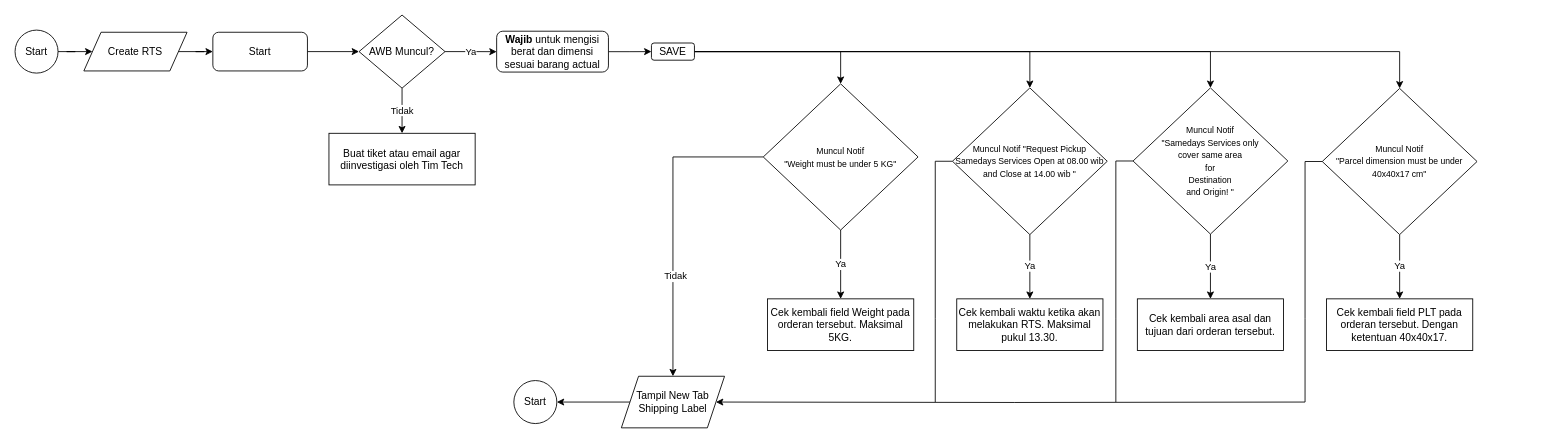
Above: reqPickupSDS.drawio in kucingtampan007/draw-io (draw.io), before the change. Source tidied: cells renumbered, new cells numbered last; positions are measured from the earlier drawing's top-left corner, leaving out a move shared by most shapes. Both pictures are drawn from the tidied source at 86%, with x=0, y=0 at pixel (15, 15).
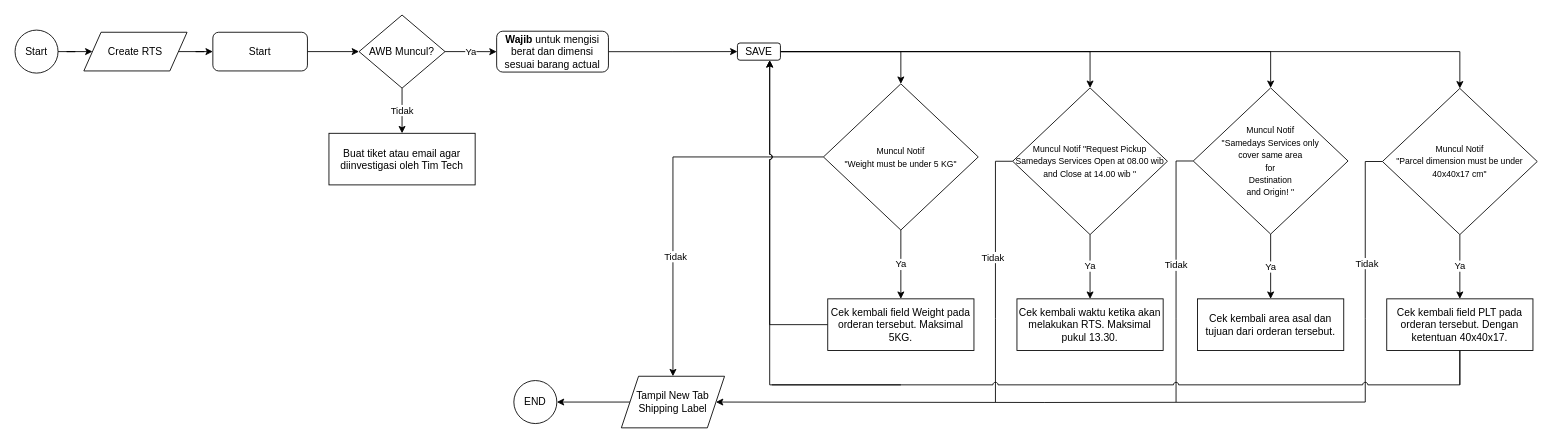
The same diagram, later.

The change refers to these unchanged cells:
```xml
<mxCell id="38" value="Tampil New Tab Shipping Label" style="shape=parallelogram;perimeter=parallelogramPerimeter;whiteSpace=wrap;html=1;fixedSize=1;" parent="1" vertex="1">
  <mxGeometry x="705" y="420" width="120" height="60" as="geometry" />
</mxCell>
```

The edit, as a diff of the source:
```diff
@@
     <mxCell id="17" value="SAVE" style="rounded=1;whiteSpace=wrap;html=1;" parent="1" vertex="1">
-      <mxGeometry x="740" y="32.5" width="50" height="20" as="geometry" />
+      <mxGeometry x="840" y="32.5" width="50" height="20" as="geometry" />
     </mxCell>
@@
     <mxCell id="21" value="&lt;div&gt;&lt;font style=&quot;font-size: 10px&quot;&gt;Muncul Notif &lt;br&gt;&lt;/font&gt;&lt;/div&gt;&lt;div&gt;&lt;font style=&quot;font-size: 10px&quot;&gt;&quot;Weight must be under 5 KG&quot;&lt;/font&gt;&lt;/div&gt;" style="rhombus;whiteSpace=wrap;html=1;" parent="1" vertex="1">
-      <mxGeometry x="870" y="80" width="180" height="170" as="geometry" />
+      <mxGeometry x="940" y="80" width="180" height="170" as="geometry" />
     </mxCell>
@@
     <mxCell id="24" style="edgeStyle=orthogonalEdgeStyle;rounded=0;jettySize=auto;html=1;endArrow=none;endFill=0;" parent="1" edge="1" source="25">
       <mxGeometry relative="1" as="geometry">
-        <mxPoint x="1070" y="450" as="targetPoint" />
+        <mxPoint x="1140" y="450" as="targetPoint" />
       </mxGeometry>
     </mxCell>
+    <mxCell id="40" value="Tidak" style="edgeLabel;html=1;align=center;verticalAlign=middle;" parent="24" vertex="1">
+      <mxGeometry x="-0.13" y="-4" relative="1" as="geometry" />
+    </mxCell>
     <mxCell id="25" value="&lt;font style=&quot;font-size: 10px&quot;&gt;Muncul Notif &quot;Request Pickup Samedays Services Open at 08.00 wib and Close at 14.00 wib &quot;&lt;/font&gt;" style="rhombus;whiteSpace=wrap;html=1;" parent="1" vertex="1">
-      <mxGeometry x="1090" y="84.7" width="180" height="170.6" as="geometry" />
+      <mxGeometry x="1160" y="84.7" width="180" height="170.6" as="geometry" />
     </mxCell>
@@
     <mxCell id="27" style="edgeStyle=orthogonalEdgeStyle;rounded=0;jettySize=auto;html=1;endArrow=none;endFill=0;" parent="1" edge="1" source="28">
       <mxGeometry relative="1" as="geometry">
-        <mxPoint x="1280" y="450" as="targetPoint" />
+        <mxPoint x="1350" y="450" as="targetPoint" />
       </mxGeometry>
     </mxCell>
+    <mxCell id="41" value="Tidak" style="edgeLabel;html=1;align=center;verticalAlign=middle;" parent="27" vertex="1">
+      <mxGeometry x="-0.07" y="-1" relative="1" as="geometry">
+        <mxPoint y="1" as="offset" />
+      </mxGeometry>
+    </mxCell>
     <mxCell id="28" value="&lt;div&gt;&lt;font style=&quot;font-size: 10px&quot;&gt;Muncul Notif&lt;br&gt;&lt;/font&gt;&lt;/div&gt;&lt;div&gt;&lt;font style=&quot;font-size: 10px&quot;&gt;&quot;Samedays Services only &lt;br&gt;&lt;/font&gt;&lt;/div&gt;&lt;div&gt;&lt;font style=&quot;font-size: 10px&quot;&gt;cover same area &lt;br&gt;&lt;/font&gt;&lt;/div&gt;&lt;div&gt;&lt;font style=&quot;font-size: 10px&quot;&gt;for &lt;br&gt;&lt;/font&gt;&lt;/div&gt;&lt;div&gt;&lt;font style=&quot;font-size: 10px&quot;&gt;Destination&lt;/font&gt;&lt;/div&gt;&lt;div&gt;&lt;font style=&quot;font-size: 10px&quot;&gt; and Origin! &quot;&lt;/font&gt;&lt;/div&gt;" style="rhombus;whiteSpace=wrap;html=1;" parent="1" vertex="1">
-      <mxGeometry x="1300" y="84.7" width="180" height="170" as="geometry" />
+      <mxGeometry x="1370" y="84.7" width="180" height="170" as="geometry" />
     </mxCell>
+    <mxCell id="42" style="edgeStyle=orthogonalEdgeStyle;rounded=0;jettySize=auto;html=1;entryX=0.75;entryY=1;entryDx=0;entryDy=0;endArrow=classic;endFill=1;strokeColor=#000000;strokeWidth=1;jumpStyle=arc;" parent="1" edge="1" source="29" target="17">
+      <mxGeometry relative="1" as="geometry" />
+    </mxCell>
     <mxCell id="29" value="Cek kembali field Weight pada orderan tersebut. Maksimal 5KG." style="rounded=0;whiteSpace=wrap;html=1;" parent="1" vertex="1">
-      <mxGeometry x="875" y="330" width="170" height="60" as="geometry" />
+      <mxGeometry x="945" y="330" width="170" height="60" as="geometry" />
     </mxCell>
     <mxCell id="30" value="Cek kembali area asal dan tujuan dari orderan tersebut." style="rounded=0;whiteSpace=wrap;html=1;" parent="1" vertex="1">
-      <mxGeometry x="1305" y="330" width="170" height="60" as="geometry" />
+      <mxGeometry x="1375" y="330" width="170" height="60" as="geometry" />
     </mxCell>
     <mxCell id="31" value="Cek kembali waktu ketika akan melakukan RTS. Maksimal pukul 13.30." style="rounded=0;whiteSpace=wrap;html=1;" parent="1" vertex="1">
-      <mxGeometry x="1095" y="330" width="170" height="60" as="geometry" />
+      <mxGeometry x="1165" y="330" width="170" height="60" as="geometry" />
     </mxCell>
@@
     <mxCell id="33" style="edgeStyle=orthogonalEdgeStyle;rounded=0;jettySize=auto;html=1;endArrow=none;endFill=0;" parent="1" edge="1" source="34">
       <mxGeometry relative="1" as="geometry">
-        <mxPoint x="1500" y="450" as="targetPoint" />
+        <mxPoint x="1570" y="450" as="targetPoint" />
       </mxGeometry>
     </mxCell>
+    <mxCell id="43" value="Tidak" style="edgeLabel;html=1;align=center;verticalAlign=middle;" parent="33" vertex="1">
+      <mxGeometry x="-0.08" y="1" relative="1" as="geometry" />
+    </mxCell>
     <mxCell id="34" value="&lt;div&gt;&lt;font style=&quot;font-size: 10px&quot;&gt;Muncul Notif &lt;br&gt;&lt;/font&gt;&lt;/div&gt;&lt;div&gt;&lt;font style=&quot;font-size: 10px&quot;&gt;&quot;Parcel dimension must be under 40x40x17 cm&quot;&lt;/font&gt;&lt;/div&gt;" style="rhombus;whiteSpace=wrap;html=1;" parent="1" vertex="1">
-      <mxGeometry x="1520" y="85.3" width="180" height="170" as="geometry" />
+      <mxGeometry x="1590" y="85.3" width="180" height="170" as="geometry" />
     </mxCell>
+    <mxCell id="44" style="edgeStyle=orthogonalEdgeStyle;rounded=0;jumpStyle=arc;jettySize=auto;html=1;exitX=0.5;exitY=1;exitDx=0;exitDy=0;endArrow=none;endFill=0;strokeColor=#000000;strokeWidth=1;" parent="1" edge="1" source="35">
+      <mxGeometry relative="1" as="geometry">
+        <mxPoint x="1680" y="430" as="targetPoint" />
+      </mxGeometry>
+    </mxCell>
     <mxCell id="35" value="Cek kembali field PLT pada orderan tersebut. Dengan ketentuan 40x40x17." style="rounded=0;whiteSpace=wrap;html=1;" parent="1" vertex="1">
-      <mxGeometry x="1525" y="330" width="170" height="60" as="geometry" />
+      <mxGeometry x="1595" y="330" width="170" height="60" as="geometry" />
     </mxCell>
@@
     <mxCell id="37" style="edgeStyle=orthogonalEdgeStyle;jettySize=auto;html=1;rounded=0;strokeWidth=1;" parent="1" edge="1" target="38">
       <mxGeometry relative="1" as="geometry">
-        <mxPoint x="1500" y="450" as="sourcePoint" />
+        <mxPoint x="1570" y="450" as="sourcePoint" />
       </mxGeometry>
     </mxCell>
@@
-    <mxCell id="39" value="Start" style="ellipse;whiteSpace=wrap;html=1;" parent="1" vertex="1">
+    <mxCell id="39" value="END" style="ellipse;whiteSpace=wrap;html=1;" parent="1" vertex="1">
       <mxGeometry x="580" y="425" width="50" height="50" as="geometry" />
     </mxCell>
+    <mxCell id="45" style="edgeStyle=orthogonalEdgeStyle;rounded=0;jumpStyle=arc;jettySize=auto;html=1;exitX=0.5;exitY=1;exitDx=0;exitDy=0;endArrow=none;endFill=0;strokeColor=#000000;strokeWidth=1;" parent="1" edge="1" source="35">
+      <mxGeometry relative="1" as="geometry">
+        <mxPoint x="880" y="430" as="targetPoint" />
+        <Array as="points">
+          <mxPoint x="1680" y="430" />
+          <mxPoint x="980" y="430" />
+        </Array>
+      </mxGeometry>
+    </mxCell>
+    <mxCell id="46" style="edgeStyle=orthogonalEdgeStyle;rounded=0;jettySize=auto;html=1;entryX=0.75;entryY=1;entryDx=0;entryDy=0;endArrow=classic;endFill=1;strokeColor=#000000;strokeWidth=1;jumpStyle=arc;" parent="1" edge="1" target="17">
+      <mxGeometry relative="1" as="geometry">
+        <mxPoint x="1030" y="430" as="sourcePoint" />
+        <Array as="points">
+          <mxPoint x="1030" y="430" />
+          <mxPoint x="878" y="430" />
+        </Array>
+      </mxGeometry>
+    </mxCell>
```
